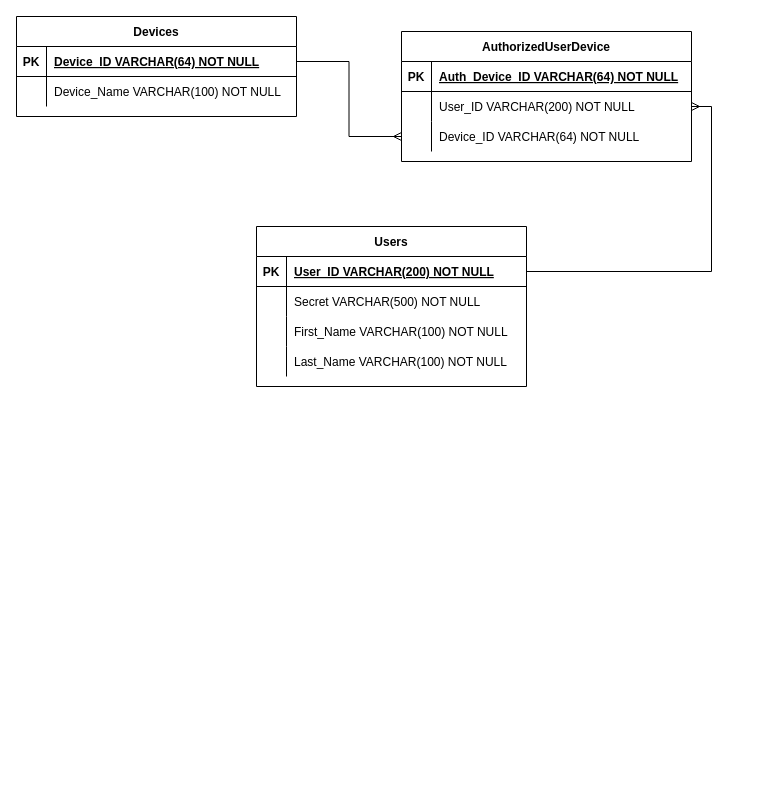
Before: Diagrams/User ERD.drawio in david-ruffner/InventoryTrackerController, a draw.io diagram. Source tidied: cells renumbered, new cells numbered last; positions are measured from the earlier drawing's top-left corner, leaving out a move shared by most shapes. Both pictures are drawn from the tidied source at 100%, with x=0, y=0 at pixel (16, 16).
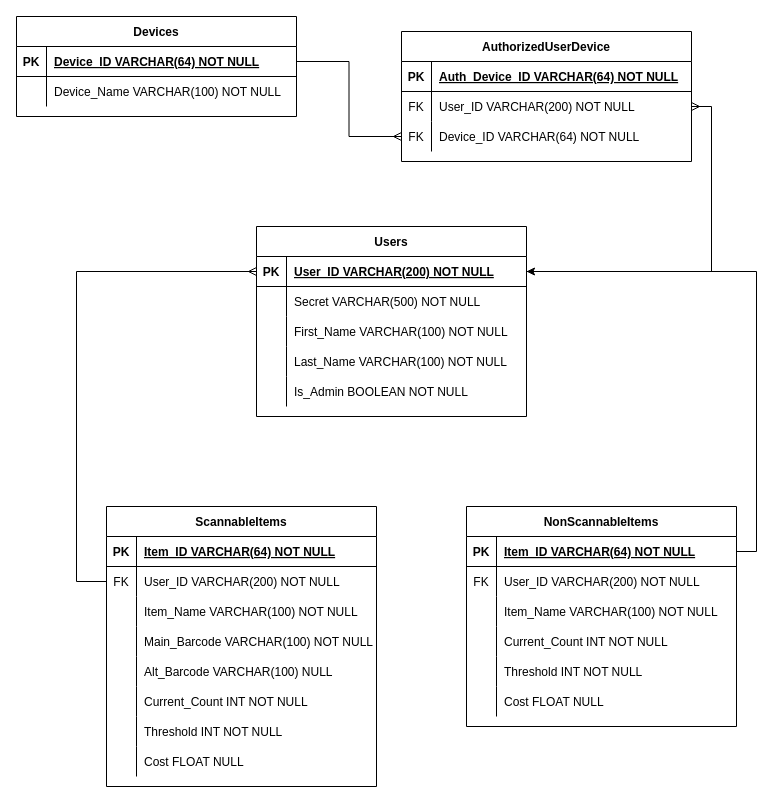
Above is the later version.

Unchanged cells that the change refers to:
```xml
<mxCell id="3" style="shape=partialRectangle;fillColor=none;points=[[0,0.5],[1,0.5]];portConstraint=eastwest;top=0;left=0;right=0;bottom=1;" parent="2" vertex="1">
  <mxGeometry y="30" width="270" height="30" as="geometry" />
</mxCell>
<mxCell id="26" style="shape=partialRectangle;fillColor=none;points=[[0,0.5],[1,0.5]];portConstraint=eastwest;top=0;left=0;right=0;bottom=0;" parent="22" vertex="1">
  <mxGeometry y="60" width="290" height="30" as="geometry" />
</mxCell>
<mxCell id="29" style="shape=partialRectangle;fillColor=none;points=[[0,0.5],[1,0.5]];portConstraint=eastwest;top=0;left=0;right=0;bottom=0;" parent="22" vertex="1">
  <mxGeometry y="90" width="290" height="30" as="geometry" />
</mxCell>
```

Diff of the diagram source:
```diff
@@
     <mxCell id="2" value="Users" style="shape=table;startSize=30;childLayout=tableLayout;rowLines=0;fontStyle=1;align=center;" parent="1" vertex="1">
-      <mxGeometry x="240" y="210" width="270" height="160" as="geometry" />
+      <mxGeometry x="240" y="210" width="270" height="190" as="geometry" />
     </mxCell>
@@
+    <mxCell id="34" style="shape=partialRectangle;fillColor=none;top=0;left=0;right=0;bottom=0;" parent="2" vertex="1">
+      <mxGeometry y="150" width="270" height="30" as="geometry" />
+    </mxCell>
+    <mxCell id="35" style="shape=partialRectangle;overflow=hidden;fillColor=none;top=0;left=0;bottom=0;right=0;" parent="34" vertex="1">
+      <mxGeometry width="30" height="30" as="geometry" />
+    </mxCell>
+    <mxCell id="36" value="Is_Admin BOOLEAN NOT NULL" style="shape=partialRectangle;overflow=hidden;fillColor=none;top=0;left=0;bottom=0;right=0;align=left;spacingLeft=6;" parent="34" vertex="1">
+      <mxGeometry x="30" width="240" height="30" as="geometry" />
+    </mxCell>
@@
-    <mxCell id="27" style="shape=partialRectangle;overflow=hidden;fillColor=none;top=0;left=0;bottom=0;right=0;" parent="26" vertex="1">
+    <mxCell id="27" value="FK" style="shape=partialRectangle;overflow=hidden;fillColor=none;top=0;left=0;bottom=0;right=0;" parent="26" vertex="1">
       <mxGeometry width="30" height="30" as="geometry" />
     </mxCell>
@@
-    <mxCell id="30" style="shape=partialRectangle;overflow=hidden;fillColor=none;top=0;left=0;bottom=0;right=0;" parent="29" vertex="1">
+    <mxCell id="30" value="FK" style="shape=partialRectangle;overflow=hidden;fillColor=none;top=0;left=0;bottom=0;right=0;" parent="29" vertex="1">
       <mxGeometry width="30" height="30" as="geometry" />
     </mxCell>
@@
+    <mxCell id="37" value="ScannableItems" style="shape=table;startSize=30;childLayout=tableLayout;rowLines=0;fontStyle=1;align=center;" parent="1" vertex="1">
+      <mxGeometry x="90" y="490" width="270" height="280" as="geometry" />
+    </mxCell>
+    <mxCell id="38" style="shape=partialRectangle;fillColor=none;top=0;left=0;right=0;bottom=1;" parent="37" vertex="1">
+      <mxGeometry y="30" width="270" height="30" as="geometry" />
+    </mxCell>
+    <mxCell id="39" value="PK" style="shape=partialRectangle;overflow=hidden;fillColor=none;top=0;left=0;bottom=0;right=0;fontStyle=1;" parent="38" vertex="1">
+      <mxGeometry width="30" height="30" as="geometry" />
+    </mxCell>
+    <mxCell id="40" value="Item_ID VARCHAR(64) NOT NULL" style="shape=partialRectangle;overflow=hidden;fillColor=none;top=0;left=0;bottom=0;right=0;align=left;spacingLeft=6;fontStyle=5;" parent="38" vertex="1">
+      <mxGeometry x="30" width="240" height="30" as="geometry" />
+    </mxCell>
+    <mxCell id="41" style="shape=partialRectangle;fillColor=none;points=[[0,0.5],[1,0.5]];portConstraint=eastwest;top=0;left=0;right=0;bottom=0;" parent="37" vertex="1">
+      <mxGeometry y="60" width="270" height="30" as="geometry" />
+    </mxCell>
+    <mxCell id="42" value="FK" style="shape=partialRectangle;overflow=hidden;fillColor=none;top=0;left=0;bottom=0;right=0;" parent="41" vertex="1">
+      <mxGeometry width="30" height="30" as="geometry" />
+    </mxCell>
+    <mxCell id="43" value="User_ID VARCHAR(200) NOT NULL" style="shape=partialRectangle;overflow=hidden;fillColor=none;top=0;left=0;bottom=0;right=0;align=left;spacingLeft=6;" parent="41" vertex="1">
+      <mxGeometry x="30" width="240" height="30" as="geometry" />
+    </mxCell>
+    <mxCell id="44" style="shape=partialRectangle;fillColor=none;top=0;left=0;right=0;bottom=0;" parent="37" vertex="1">
+      <mxGeometry y="90" width="270" height="30" as="geometry" />
+    </mxCell>
+    <mxCell id="45" style="shape=partialRectangle;overflow=hidden;fillColor=none;top=0;left=0;bottom=0;right=0;" parent="44" vertex="1">
+      <mxGeometry width="30" height="30" as="geometry" />
+    </mxCell>
+    <mxCell id="46" value="Item_Name VARCHAR(100) NOT NULL" style="shape=partialRectangle;overflow=hidden;fillColor=none;top=0;left=0;bottom=0;right=0;align=left;spacingLeft=6;" parent="44" vertex="1">
+      <mxGeometry x="30" width="240" height="30" as="geometry" />
+    </mxCell>
+    <mxCell id="47" style="shape=partialRectangle;fillColor=none;top=0;left=0;right=0;bottom=0;" parent="37" vertex="1">
+      <mxGeometry y="120" width="270" height="30" as="geometry" />
+    </mxCell>
+    <mxCell id="48" style="shape=partialRectangle;overflow=hidden;fillColor=none;top=0;left=0;bottom=0;right=0;" parent="47" vertex="1">
+      <mxGeometry width="30" height="30" as="geometry" />
+    </mxCell>
+    <mxCell id="49" value="Main_Barcode VARCHAR(100) NOT NULL" style="shape=partialRectangle;overflow=hidden;fillColor=none;top=0;left=0;bottom=0;right=0;align=left;spacingLeft=6;" parent="47" vertex="1">
+      <mxGeometry x="30" width="240" height="30" as="geometry" />
+    </mxCell>
+    <mxCell id="50" style="shape=partialRectangle;fillColor=none;top=0;left=0;right=0;bottom=0;" parent="37" vertex="1">
+      <mxGeometry y="150" width="270" height="30" as="geometry" />
+    </mxCell>
+    <mxCell id="51" style="shape=partialRectangle;overflow=hidden;fillColor=none;top=0;left=0;bottom=0;right=0;" parent="50" vertex="1">
+      <mxGeometry width="30" height="30" as="geometry" />
+    </mxCell>
+    <mxCell id="52" value="Alt_Barcode VARCHAR(100) NULL" style="shape=partialRectangle;overflow=hidden;fillColor=none;top=0;left=0;bottom=0;right=0;align=left;spacingLeft=6;" parent="50" vertex="1">
+      <mxGeometry x="30" width="240" height="30" as="geometry" />
+    </mxCell>
+    <mxCell id="53" style="shape=partialRectangle;fillColor=none;top=0;left=0;right=0;bottom=0;" parent="37" vertex="1">
+      <mxGeometry y="180" width="270" height="30" as="geometry" />
+    </mxCell>
+    <mxCell id="54" style="shape=partialRectangle;overflow=hidden;fillColor=none;top=0;left=0;bottom=0;right=0;" parent="53" vertex="1">
+      <mxGeometry width="30" height="30" as="geometry" />
+    </mxCell>
+    <mxCell id="55" value="Current_Count INT NOT NULL" style="shape=partialRectangle;overflow=hidden;fillColor=none;top=0;left=0;bottom=0;right=0;align=left;spacingLeft=6;" parent="53" vertex="1">
+      <mxGeometry x="30" width="240" height="30" as="geometry" />
+    </mxCell>
+    <mxCell id="56" style="shape=partialRectangle;fillColor=none;top=0;left=0;right=0;bottom=0;" parent="37" vertex="1">
+      <mxGeometry y="210" width="270" height="30" as="geometry" />
+    </mxCell>
+    <mxCell id="57" style="shape=partialRectangle;overflow=hidden;fillColor=none;top=0;left=0;bottom=0;right=0;" parent="56" vertex="1">
+      <mxGeometry width="30" height="30" as="geometry" />
+    </mxCell>
+    <mxCell id="58" value="Threshold INT NOT NULL" style="shape=partialRectangle;overflow=hidden;fillColor=none;top=0;left=0;bottom=0;right=0;align=left;spacingLeft=6;" parent="56" vertex="1">
+      <mxGeometry x="30" width="240" height="30" as="geometry" />
+    </mxCell>
+    <mxCell id="59" style="shape=partialRectangle;fillColor=none;top=0;left=0;right=0;bottom=0;" parent="37" vertex="1">
+      <mxGeometry y="240" width="270" height="30" as="geometry" />
+    </mxCell>
+    <mxCell id="60" style="shape=partialRectangle;overflow=hidden;fillColor=none;top=0;left=0;bottom=0;right=0;" parent="59" vertex="1">
+      <mxGeometry width="30" height="30" as="geometry" />
+    </mxCell>
+    <mxCell id="61" value="Cost FLOAT NULL" style="shape=partialRectangle;overflow=hidden;fillColor=none;top=0;left=0;bottom=0;right=0;align=left;spacingLeft=6;" parent="59" vertex="1">
+      <mxGeometry x="30" width="240" height="30" as="geometry" />
+    </mxCell>
+    <mxCell id="62" style="edgeStyle=orthogonalEdgeStyle;rounded=0;jettySize=auto;html=1;endArrow=ERmany;endFill=0;" parent="1" edge="1" source="41" target="3">
+      <mxGeometry relative="1" as="geometry">
+        <Array as="points">
+          <mxPoint x="60" y="565" />
+          <mxPoint x="60" y="255" />
+        </Array>
+      </mxGeometry>
+    </mxCell>
+    <mxCell id="63" value="NonScannableItems" style="shape=table;startSize=30;childLayout=tableLayout;rowLines=0;fontStyle=1;align=center;" parent="1" vertex="1">
+      <mxGeometry x="450" y="490" width="270" height="220" as="geometry" />
+    </mxCell>
+    <mxCell id="64" style="shape=partialRectangle;fillColor=none;points=[[0,0.5],[1,0.5]];portConstraint=eastwest;top=0;left=0;right=0;bottom=1;" parent="63" vertex="1">
+      <mxGeometry y="30" width="270" height="30" as="geometry" />
+    </mxCell>
+    <mxCell id="65" value="PK" style="shape=partialRectangle;overflow=hidden;fillColor=none;top=0;left=0;bottom=0;right=0;fontStyle=1;" parent="64" vertex="1">
+      <mxGeometry width="30" height="30" as="geometry" />
+    </mxCell>
+    <mxCell id="66" value="Item_ID VARCHAR(64) NOT NULL" style="shape=partialRectangle;overflow=hidden;fillColor=none;top=0;left=0;bottom=0;right=0;align=left;spacingLeft=6;fontStyle=5;" parent="64" vertex="1">
+      <mxGeometry x="30" width="240" height="30" as="geometry" />
+    </mxCell>
+    <mxCell id="67" style="shape=partialRectangle;fillColor=none;top=0;left=0;right=0;bottom=0;" parent="63" vertex="1">
+      <mxGeometry y="60" width="270" height="30" as="geometry" />
+    </mxCell>
+    <mxCell id="68" value="FK" style="shape=partialRectangle;overflow=hidden;fillColor=none;top=0;left=0;bottom=0;right=0;" parent="67" vertex="1">
+      <mxGeometry width="30" height="30" as="geometry" />
+    </mxCell>
+    <mxCell id="69" value="User_ID VARCHAR(200) NOT NULL" style="shape=partialRectangle;overflow=hidden;fillColor=none;top=0;left=0;bottom=0;right=0;align=left;spacingLeft=6;" parent="67" vertex="1">
+      <mxGeometry x="30" width="240" height="30" as="geometry" />
+    </mxCell>
+    <mxCell id="70" style="shape=partialRectangle;fillColor=none;top=0;left=0;right=0;bottom=0;" parent="63" vertex="1">
+      <mxGeometry y="90" width="270" height="30" as="geometry" />
+    </mxCell>
+    <mxCell id="71" style="shape=partialRectangle;overflow=hidden;fillColor=none;top=0;left=0;bottom=0;right=0;" parent="70" vertex="1">
+      <mxGeometry width="30" height="30" as="geometry" />
+    </mxCell>
+    <mxCell id="72" value="Item_Name VARCHAR(100) NOT NULL" style="shape=partialRectangle;overflow=hidden;fillColor=none;top=0;left=0;bottom=0;right=0;align=left;spacingLeft=6;" parent="70" vertex="1">
+      <mxGeometry x="30" width="240" height="30" as="geometry" />
+    </mxCell>
+    <mxCell id="73" style="shape=partialRectangle;fillColor=none;top=0;left=0;right=0;bottom=0;" parent="63" vertex="1">
+      <mxGeometry y="120" width="270" height="30" as="geometry" />
+    </mxCell>
+    <mxCell id="74" style="shape=partialRectangle;overflow=hidden;fillColor=none;top=0;left=0;bottom=0;right=0;" parent="73" vertex="1">
+      <mxGeometry width="30" height="30" as="geometry" />
+    </mxCell>
+    <mxCell id="75" value="Current_Count INT NOT NULL" style="shape=partialRectangle;overflow=hidden;fillColor=none;top=0;left=0;bottom=0;right=0;align=left;spacingLeft=6;" parent="73" vertex="1">
+      <mxGeometry x="30" width="240" height="30" as="geometry" />
+    </mxCell>
+    <mxCell id="76" style="shape=partialRectangle;fillColor=none;top=0;left=0;right=0;bottom=0;" parent="63" vertex="1">
+      <mxGeometry y="150" width="270" height="30" as="geometry" />
+    </mxCell>
+    <mxCell id="77" style="shape=partialRectangle;overflow=hidden;fillColor=none;top=0;left=0;bottom=0;right=0;" parent="76" vertex="1">
+      <mxGeometry width="30" height="30" as="geometry" />
+    </mxCell>
+    <mxCell id="78" value="Threshold INT NOT NULL" style="shape=partialRectangle;overflow=hidden;fillColor=none;top=0;left=0;bottom=0;right=0;align=left;spacingLeft=6;" parent="76" vertex="1">
+      <mxGeometry x="30" width="240" height="30" as="geometry" />
+    </mxCell>
+    <mxCell id="79" style="shape=partialRectangle;fillColor=none;top=0;left=0;right=0;bottom=0;" parent="63" vertex="1">
+      <mxGeometry y="180" width="270" height="30" as="geometry" />
+    </mxCell>
+    <mxCell id="80" style="shape=partialRectangle;overflow=hidden;fillColor=none;top=0;left=0;bottom=0;right=0;" parent="79" vertex="1">
+      <mxGeometry width="30" height="30" as="geometry" />
+    </mxCell>
+    <mxCell id="81" value="Cost FLOAT NULL" style="shape=partialRectangle;overflow=hidden;fillColor=none;top=0;left=0;bottom=0;right=0;align=left;spacingLeft=6;" parent="79" vertex="1">
+      <mxGeometry x="30" width="240" height="30" as="geometry" />
+    </mxCell>
+    <mxCell id="82" style="edgeStyle=orthogonalEdgeStyle;rounded=0;jettySize=auto;html=1;exitX=1;exitY=0.5;exitDx=0;exitDy=0;jumpStyle=arc;" parent="1" edge="1" source="64" target="3">
+      <mxGeometry relative="1" as="geometry" />
+    </mxCell>
```
